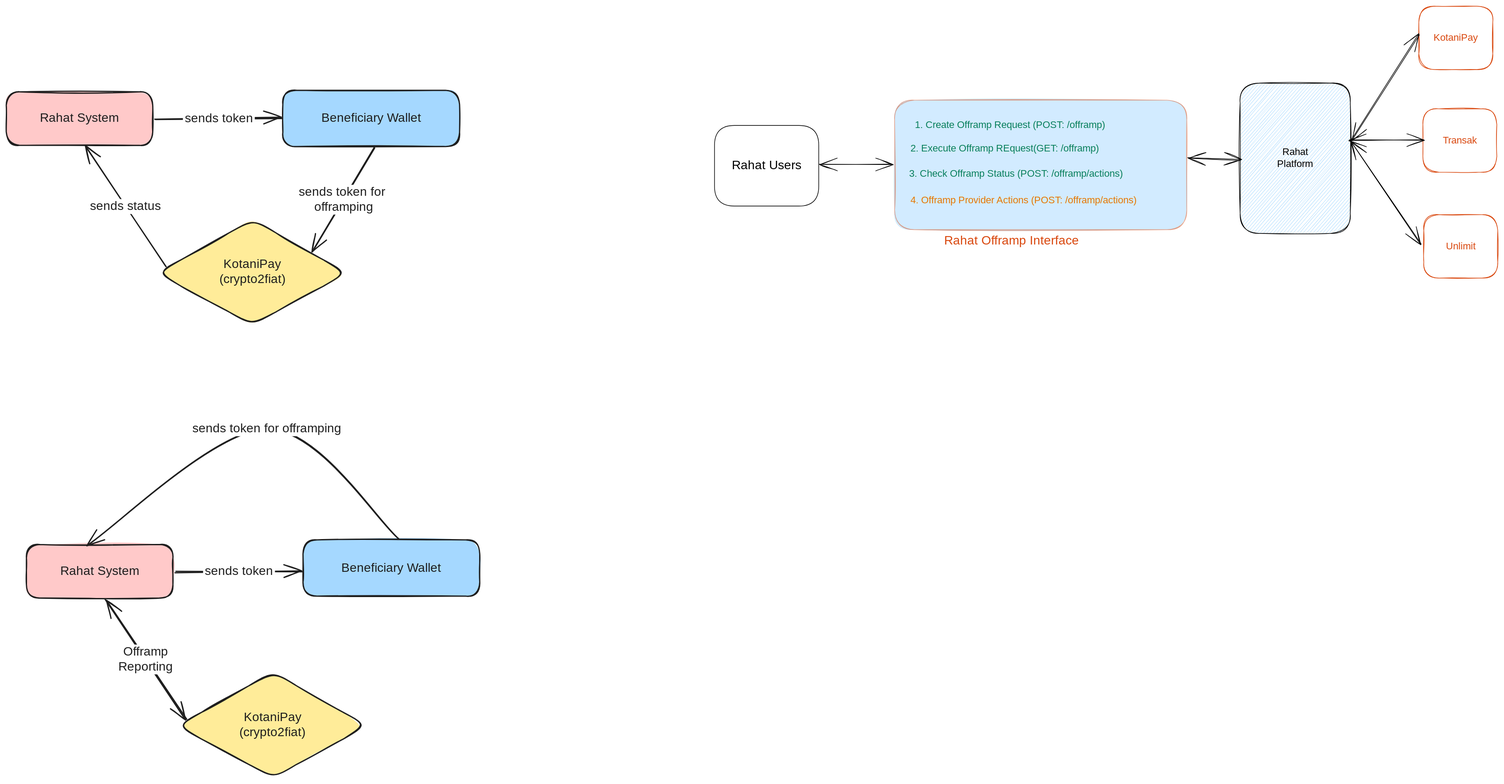
The Excalidraw diagram docs/diagrams/offramp-kotani.excalidraw.svg in rahataid/rahat-platform, before a commit. Source tidied: one line per element, renumbered; positions are measured from the earlier drawing's top-left corner, leaving out a move shared by most shapes.
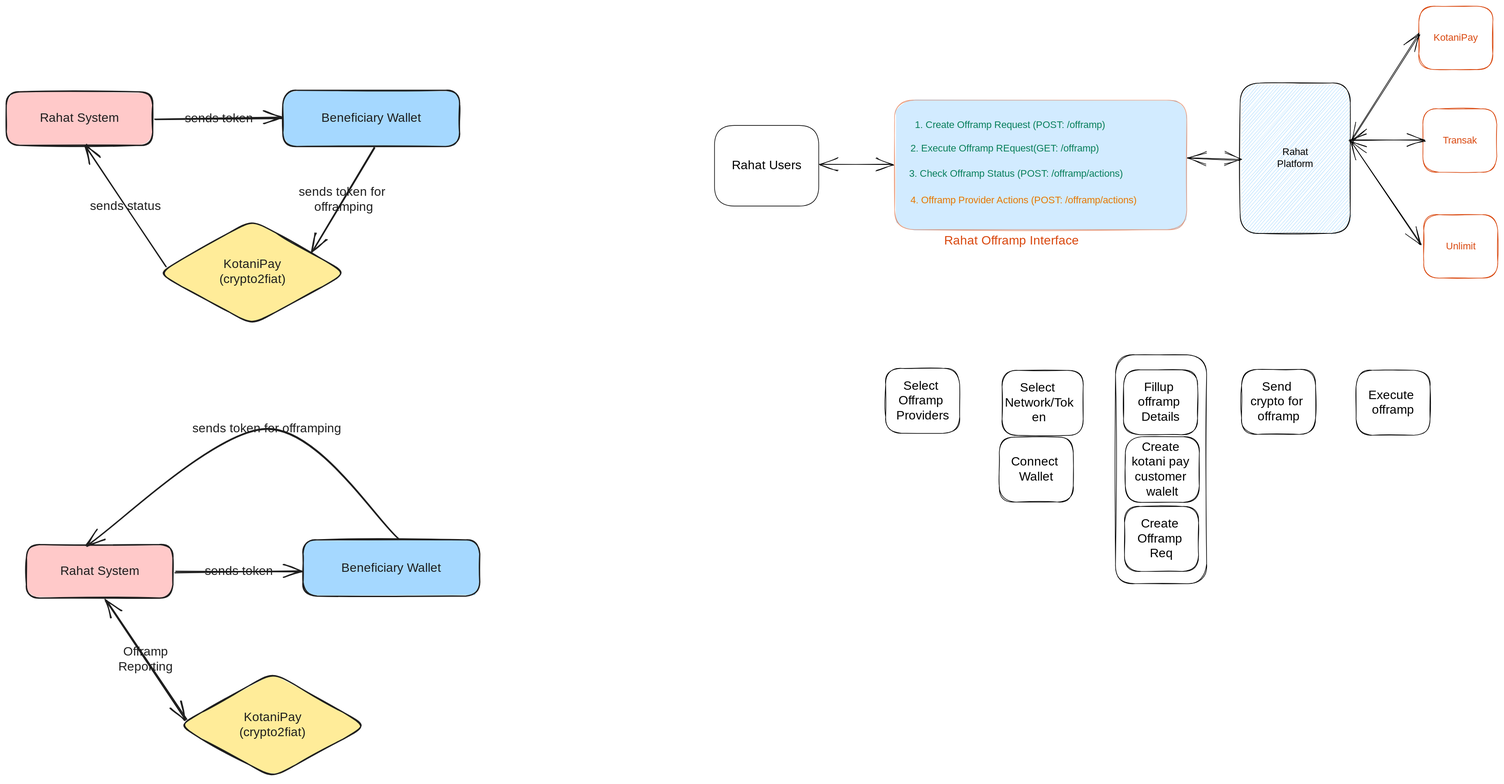
The same file after the commit.

Commit message:
offramp redesign

What changed in the source:
```diff
@@ -1,45 +1,62 @@
 {"id": 0, "type": "rectangle", "strokeColor": "#1e1e1e", "backgroundColor": "#ffc9c9", "fillStyle": "solid", "strokeWidth": 2, "roughness": 1, "round": true, "x": 0, "y": 138, "width": 236, "height": 86}
-{"id": 1, "type": "text", "text": "Rahat System", "strokeColor": "#1e1e1e", "strokeWidth": 2, "roughness": 1, "fontSize": 20, "fontFamily": 1, "textAlign": "center", "verticalAlign": "middle", "inside": 0, "x": 49, "y": 169, "width": 139, "height": 24}
+{"id": 1, "type": "text", "text": "Rahat System", "strokeColor": "#1e1e1e", "strokeWidth": 2, "roughness": 1, "fontSize": 20, "fontFamily": 1, "textAlign": "center", "verticalAlign": "middle", "inside": 0, "x": 56, "y": 169, "width": 124, "height": 24}
 {"id": 2, "type": "rectangle", "strokeColor": "#1e1e1e", "backgroundColor": "#a5d8ff", "fillStyle": "solid", "strokeWidth": 2, "roughness": 1, "round": true, "x": 446, "y": 136, "width": 285, "height": 91}
-{"id": 3, "type": "text", "text": "Beneficiary Wallet", "strokeColor": "#1e1e1e", "strokeWidth": 2, "roughness": 1, "fontSize": 20, "fontFamily": 1, "textAlign": "center", "verticalAlign": "middle", "inside": 2, "x": 500, "y": 168, "width": 177, "height": 24}
+{"id": 3, "type": "text", "text": "Beneficiary Wallet", "strokeColor": "#1e1e1e", "strokeWidth": 2, "roughness": 1, "fontSize": 20, "fontFamily": 1, "textAlign": "center", "verticalAlign": "middle", "inside": 2, "x": 505, "y": 168, "width": 165, "height": 24}
 {"id": 4, "type": "diamond", "strokeColor": "#1e1e1e", "backgroundColor": "#ffec99", "fillStyle": "solid", "strokeWidth": 2, "roughness": 1, "round": true, "x": 244, "y": 344, "width": 305, "height": 170}
-{"id": 5, "type": "text", "text": "KotaniPay\n(crypto2fiat)", "strokeColor": "#1e1e1e", "backgroundColor": "#ffec99", "fillStyle": "solid", "strokeWidth": 2, "roughness": 1, "fontSize": 20, "fontFamily": 1, "textAlign": "center", "verticalAlign": "middle", "inside": 4, "x": 332, "y": 404, "width": 128, "height": 48}
+{"id": 5, "type": "text", "text": "KotaniPay\n(crypto2fiat)", "strokeColor": "#1e1e1e", "backgroundColor": "#ffec99", "fillStyle": "solid", "strokeWidth": 2, "roughness": 1, "fontSize": 20, "fontFamily": 1, "textAlign": "center", "verticalAlign": "middle", "inside": 4, "x": 340, "y": 404, "width": 113, "height": 48}
 {"id": 6, "type": "arrow", "strokeColor": "#1e1e1e", "backgroundColor": "#ffec99", "fillStyle": "solid", "strokeWidth": 2, "roughness": 1, "endArrowhead": "arrow", "round": true, "from": 0, "to": 2, "x": 241, "y": 182, "width": 204, "height": 1, "points": [[0, 0], [204, -1]]}
-{"id": 7, "type": "text", "text": "sends token", "strokeColor": "#1e1e1e", "backgroundColor": "#ffec99", "fillStyle": "solid", "strokeWidth": 2, "roughness": 1, "fontSize": 20, "fontFamily": 1, "textAlign": "center", "verticalAlign": "middle", "inside": 6, "x": 285, "y": 169, "width": 116, "height": 24}
+{"id": 7, "type": "text", "text": "sends token", "strokeColor": "#1e1e1e", "backgroundColor": "#ffec99", "fillStyle": "solid", "strokeWidth": 2, "roughness": 1, "fontSize": 20, "fontFamily": 1, "textAlign": "center", "verticalAlign": "middle", "inside": 6, "x": 290, "y": 169, "width": 106, "height": 24}
 {"id": 8, "type": "arrow", "strokeColor": "#1e1e1e", "backgroundColor": "#ffec99", "fillStyle": "solid", "strokeWidth": 2, "roughness": 1, "endArrowhead": "arrow", "round": true, "from": 2, "to": 4, "x": 593, "y": 228, "width": 99, "height": 168, "points": [[0, 0], [-99, 168]]}
-{"id": 9, "type": "text", "text": "sends token for \nofframping", "strokeColor": "#1e1e1e", "backgroundColor": "#ffec99", "fillStyle": "solid", "strokeWidth": 2, "roughness": 1, "fontSize": 20, "fontFamily": 1, "textAlign": "center", "verticalAlign": "middle", "inside": 8, "x": 461, "y": 288, "width": 165, "height": 48}
+{"id": 9, "type": "text", "text": "sends token for \nofframping", "strokeColor": "#1e1e1e", "backgroundColor": "#ffec99", "fillStyle": "solid", "strokeWidth": 2, "roughness": 1, "fontSize": 20, "fontFamily": 1, "textAlign": "center", "verticalAlign": "middle", "inside": 8, "x": 470, "y": 288, "width": 147, "height": 48}
 {"id": 10, "type": "arrow", "strokeColor": "#1e1e1e", "backgroundColor": "#ffec99", "fillStyle": "solid", "strokeWidth": 2, "roughness": 1, "endArrowhead": "arrow", "round": true, "from": 4, "to": 0, "x": 257, "y": 420, "width": 129, "height": 194, "points": [[0, 0], [-129, -194]]}
-{"id": 11, "type": "text", "text": "sends status", "strokeColor": "#1e1e1e", "backgroundColor": "#ffec99", "fillStyle": "solid", "strokeWidth": 2, "roughness": 1, "fontSize": 20, "fontFamily": 1, "textAlign": "center", "verticalAlign": "middle", "inside": 10, "x": 126, "y": 311, "width": 132, "height": 24}
+{"id": 11, "type": "text", "text": "sends status", "strokeColor": "#1e1e1e", "backgroundColor": "#ffec99", "fillStyle": "solid", "strokeWidth": 2, "roughness": 1, "fontSize": 20, "fontFamily": 1, "textAlign": "center", "verticalAlign": "middle", "inside": 10, "x": 137, "y": 311, "width": 110, "height": 24}
 {"id": 12, "type": "rectangle", "strokeColor": "#1e1e1e", "backgroundColor": "#ffc9c9", "fillStyle": "solid", "strokeWidth": 2, "roughness": 1, "round": true, "x": 33, "y": 868, "width": 236, "height": 86}
-{"id": 13, "type": "text", "text": "Rahat System", "strokeColor": "#1e1e1e", "strokeWidth": 2, "roughness": 1, "fontSize": 20, "fontFamily": 1, "textAlign": "center", "verticalAlign": "middle", "inside": 12, "x": 81, "y": 899, "width": 139, "height": 24}
+{"id": 13, "type": "text", "text": "Rahat System", "strokeColor": "#1e1e1e", "strokeWidth": 2, "roughness": 1, "fontSize": 20, "fontFamily": 1, "textAlign": "center", "verticalAlign": "middle", "inside": 12, "x": 89, "y": 899, "width": 124, "height": 24}
 {"id": 14, "type": "rectangle", "strokeColor": "#1e1e1e", "backgroundColor": "#a5d8ff", "fillStyle": "solid", "strokeWidth": 2, "roughness": 1, "round": true, "x": 478, "y": 861, "width": 285, "height": 91}
-{"id": 15, "type": "text", "text": "Beneficiary Wallet", "strokeColor": "#1e1e1e", "strokeWidth": 2, "roughness": 1, "fontSize": 20, "fontFamily": 1, "textAlign": "center", "verticalAlign": "middle", "inside": 14, "x": 532, "y": 894, "width": 177, "height": 24}
+{"id": 15, "type": "text", "text": "Beneficiary Wallet", "strokeColor": "#1e1e1e", "strokeWidth": 2, "roughness": 1, "fontSize": 20, "fontFamily": 1, "textAlign": "center", "verticalAlign": "middle", "inside": 14, "x": 538, "y": 894, "width": 165, "height": 24}
 {"id": 16, "type": "diamond", "strokeColor": "#1e1e1e", "backgroundColor": "#ffec99", "fillStyle": "solid", "strokeWidth": 2, "roughness": 1, "round": true, "x": 276, "y": 1074, "width": 305, "height": 170}
-{"id": 17, "type": "text", "text": "KotaniPay\n(crypto2fiat)", "strokeColor": "#1e1e1e", "backgroundColor": "#ffec99", "fillStyle": "solid", "strokeWidth": 2, "roughness": 1, "fontSize": 20, "fontFamily": 1, "textAlign": "center", "verticalAlign": "middle", "inside": 16, "x": 365, "y": 1135, "width": 128, "height": 48}
+{"id": 17, "type": "text", "text": "KotaniPay\n(crypto2fiat)", "strokeColor": "#1e1e1e", "backgroundColor": "#ffec99", "fillStyle": "solid", "strokeWidth": 2, "roughness": 1, "fontSize": 20, "fontFamily": 1, "textAlign": "center", "verticalAlign": "middle", "inside": 16, "x": 373, "y": 1135, "width": 113, "height": 48}
 {"id": 18, "type": "arrow", "strokeColor": "#1e1e1e", "backgroundColor": "#ffec99", "fillStyle": "solid", "strokeWidth": 2, "roughness": 1, "endArrowhead": "arrow", "round": true, "from": 12, "to": 14, "x": 273, "y": 912, "width": 204, "height": 1, "points": [[0, 0], [204, -1]]}
-{"id": 19, "type": "text", "text": "sends token", "strokeColor": "#1e1e1e", "backgroundColor": "#ffec99", "fillStyle": "solid", "strokeWidth": 2, "roughness": 1, "fontSize": 20, "fontFamily": 1, "textAlign": "center", "verticalAlign": "middle", "inside": 18, "x": 317, "y": 900, "width": 116, "height": 24}
+{"id": 19, "type": "text", "text": "sends token", "strokeColor": "#1e1e1e", "backgroundColor": "#ffec99", "fillStyle": "solid", "strokeWidth": 2, "roughness": 1, "fontSize": 20, "fontFamily": 1, "textAlign": "center", "verticalAlign": "middle", "inside": 18, "x": 322, "y": 900, "width": 106, "height": 24}
 {"id": 20, "type": "arrow", "strokeColor": "#1e1e1e", "backgroundColor": "#ffec99", "fillStyle": "solid", "strokeWidth": 2, "roughness": 1, "startArrowhead": "arrow", "endArrowhead": "arrow", "round": true, "from": 16, "to": 12, "x": 289, "y": 1151, "width": 129, "height": 194, "points": [[0, 0], [-129, -194]]}
 {"id": 21, "type": "text", "text": "Offramp\nReporting", "strokeColor": "#1e1e1e", "backgroundColor": "#ffec99", "fillStyle": "solid", "strokeWidth": 2, "roughness": 1, "fontSize": 20, "fontFamily": 1, "textAlign": "center", "verticalAlign": "middle", "inside": 20, "x": 180, "y": 1030, "width": 89, "height": 48}
 {"id": 22, "type": "arrow", "strokeColor": "#1e1e1e", "backgroundColor": "#ffec99", "fillStyle": "solid", "strokeWidth": 2, "roughness": 1, "endArrowhead": "arrow", "round": true, "from": 14, "x": 632, "y": 859, "width": 501, "height": 188, "points": [[0, 0], [-212, -177], [-501, 11]]}
-{"id": 23, "type": "text", "text": "sends token for offramping", "strokeColor": "#1e1e1e", "backgroundColor": "#ffec99", "fillStyle": "solid", "strokeWidth": 2, "roughness": 1, "fontSize": 20, "fontFamily": 1, "textAlign": "center", "verticalAlign": "middle", "inside": 22, "x": 288, "y": 670, "width": 264, "height": 24}
+{"id": 23, "type": "text", "text": "sends token for offramping", "strokeColor": "#1e1e1e", "backgroundColor": "#ffec99", "fillStyle": "solid", "strokeWidth": 2, "roughness": 1, "fontSize": 20, "fontFamily": 1, "textAlign": "center", "verticalAlign": "middle", "inside": 22, "x": 296, "y": 670, "width": 248, "height": 24}
 {"id": 24, "type": "rectangle", "strokeColor": "#000000", "strokeWidth": 1, "roughness": 0, "round": true, "x": 1141, "y": 192, "width": 168, "height": 130}
-{"id": 25, "type": "text", "text": "Rahat Users", "strokeColor": "#000000", "strokeWidth": 1, "roughness": 1, "fontSize": 20, "fontFamily": 1, "textAlign": "center", "verticalAlign": "middle", "inside": 24, "x": 1162, "y": 245, "width": 127, "height": 24}
+{"id": 25, "type": "text", "text": "Rahat Users", "strokeColor": "#000000", "strokeWidth": 1, "roughness": 1, "fontSize": 20, "fontFamily": 1, "textAlign": "center", "verticalAlign": "middle", "inside": 24, "x": 1170, "y": 245, "width": 110, "height": 24}
 {"id": 26, "type": "rectangle", "strokeColor": "#d9480f", "backgroundColor": "#a5d8ff", "fillStyle": "solid", "strokeWidth": 1, "roughness": 1, "opacity": 50, "round": true, "x": 1432, "y": 152, "width": 471, "height": 209}
-{"id": 27, "type": "text", "text": "Rahat Offramp Interface", "strokeColor": "#d9480f", "strokeWidth": 1, "roughness": 1, "fontSize": 20, "fontFamily": 1, "x": 1512, "y": 367, "width": 255, "height": 24}
+{"id": 27, "type": "text", "text": "Rahat Offramp Interface", "strokeColor": "#d9480f", "strokeWidth": 1, "roughness": 1, "fontSize": 20, "fontFamily": 1, "x": 1512, "y": 367, "width": 230, "height": 24}
-{"id": 28, "type": "text", "text": "1. Create Offramp Request (POST: /offramp)", "strokeColor": "#087f5b", "strokeWidth": 1, "roughness": 1, "fontSize": 16, "fontFamily": 1, "x": 1464, "y": 182, "width": 358, "height": 19}
+{"id": 28, "type": "text", "text": "1. Create Offramp Request (POST: /offramp)", "strokeColor": "#087f5b", "strokeWidth": 1, "roughness": 1, "fontSize": 16, "fontFamily": 1, "x": 1464, "y": 182, "width": 336, "height": 19}
-{"id": 29, "type": "text", "text": "2. Execute Offramp REquest(GET: /offramp)", "strokeColor": "#087f5b", "strokeWidth": 1, "roughness": 1, "fontSize": 16, "fontFamily": 1, "x": 1457, "y": 220, "width": 360, "height": 19}
+{"id": 29, "type": "text", "text": "2. Execute Offramp REquest(GET: /offramp)", "strokeColor": "#087f5b", "strokeWidth": 1, "roughness": 1, "fontSize": 16, "fontFamily": 1, "x": 1457, "y": 220, "width": 328, "height": 19}
-{"id": 30, "type": "text", "text": "3. Check Offramp Status (POST: /offramp/actions)", "strokeColor": "#087f5b", "strokeWidth": 1, "roughness": 1, "fontSize": 16, "fontFamily": 1, "x": 1455, "y": 261, "width": 410, "height": 19}
+{"id": 30, "type": "text", "text": "3. Check Offramp Status (POST: /offramp/actions)", "strokeColor": "#087f5b", "strokeWidth": 1, "roughness": 1, "fontSize": 16, "fontFamily": 1, "x": 1455, "y": 261, "width": 374, "height": 19}
-{"id": 31, "type": "text", "text": "4. Offramp Provider Actions (POST: /offramp/actions)", "strokeColor": "#e67700", "strokeWidth": 1, "roughness": 1, "fontSize": 16, "fontFamily": 1, "x": 1457, "y": 303, "width": 429, "height": 19}
+{"id": 31, "type": "text", "text": "4. Offramp Provider Actions (POST: /offramp/actions)", "strokeColor": "#e67700", "strokeWidth": 1, "roughness": 1, "fontSize": 16, "fontFamily": 1, "x": 1457, "y": 303, "width": 398, "height": 19}
 {"id": 32, "type": "arrow", "strokeColor": "#000000", "strokeWidth": 1, "roughness": 1, "startArrowhead": "arrow", "endArrowhead": "arrow", "round": true, "from": 24, "to": 26, "x": 1310, "y": 255, "width": 117, "height": 1, "points": [[0, 0], [117, 1]]}
 {"id": 33, "type": "rectangle", "strokeColor": "#000000", "backgroundColor": "#a5d8ff", "fillStyle": "hachure", "strokeWidth": 1, "roughness": 1, "round": true, "x": 1989, "y": 124, "width": 178, "height": 243}
-{"id": 34, "type": "text", "text": "Rahat\nPlatform", "strokeColor": "#000000", "strokeWidth": 1, "roughness": 1, "fontSize": 16, "fontFamily": 1, "textAlign": "center", "verticalAlign": "middle", "inside": 33, "x": 2043, "y": 226, "width": 68, "height": 38}
+{"id": 34, "type": "text", "text": "Rahat\nPlatform", "strokeColor": "#000000", "strokeWidth": 1, "roughness": 1, "fontSize": 16, "fontFamily": 1, "textAlign": "center", "verticalAlign": "middle", "inside": 33, "x": 2046, "y": 226, "width": 64, "height": 38}
 {"id": 35, "type": "rectangle", "strokeColor": "#d9480f", "strokeWidth": 1, "roughness": 1, "round": true, "x": 2277, "y": 0, "width": 119, "height": 102}
-{"id": 36, "type": "text", "text": "KotaniPay", "strokeColor": "#d9480f", "strokeWidth": 1, "roughness": 1, "fontSize": 16, "fontFamily": 1, "textAlign": "center", "verticalAlign": "middle", "inside": 35, "x": 2297, "y": 41, "width": 78, "height": 19}
+{"id": 36, "type": "text", "text": "KotaniPay", "strokeColor": "#d9480f", "strokeWidth": 1, "roughness": 1, "fontSize": 16, "fontFamily": 1, "textAlign": "center", "verticalAlign": "middle", "inside": 35, "x": 2300, "y": 41, "width": 72, "height": 19}
 {"id": 37, "type": "rectangle", "strokeColor": "#d9480f", "strokeWidth": 1, "roughness": 1, "round": true, "x": 2283, "y": 165, "width": 119, "height": 102}
-{"id": 38, "type": "text", "text": "Transak", "strokeColor": "#d9480f", "strokeWidth": 1, "roughness": 1, "fontSize": 16, "fontFamily": 1, "textAlign": "center", "verticalAlign": "middle", "inside": 37, "x": 2310, "y": 207, "width": 65, "height": 19}
+{"id": 38, "type": "text", "text": "Transak", "strokeColor": "#d9480f", "strokeWidth": 1, "roughness": 1, "fontSize": 16, "fontFamily": 1, "textAlign": "center", "verticalAlign": "middle", "inside": 37, "x": 2313, "y": 207, "width": 59, "height": 19}
 {"id": 39, "type": "rectangle", "strokeColor": "#d9480f", "strokeWidth": 1, "roughness": 1, "round": true, "x": 2285, "y": 336, "width": 119, "height": 102}
-{"id": 40, "type": "text", "text": "Unlimit", "strokeColor": "#d9480f", "strokeWidth": 1, "roughness": 1, "fontSize": 16, "fontFamily": 1, "textAlign": "center", "verticalAlign": "middle", "inside": 39, "x": 2320, "y": 378, "width": 49, "height": 19}
+{"id": 40, "type": "text", "text": "Unlimit", "strokeColor": "#d9480f", "strokeWidth": 1, "roughness": 1, "fontSize": 16, "fontFamily": 1, "textAlign": "center", "verticalAlign": "middle", "inside": 39, "x": 2319, "y": 378, "width": 50, "height": 19}
 {"id": 41, "type": "arrow", "strokeColor": "#000000", "strokeWidth": 1, "roughness": 1, "startArrowhead": "arrow", "endArrowhead": "arrow", "round": true, "x": 2285, "y": 216, "width": 120, "height": 1, "points": [[0, 0], [-120, -1]]}
 {"id": 42, "type": "arrow", "strokeColor": "#000000", "strokeWidth": 1, "roughness": 1, "startArrowhead": "arrow", "endArrowhead": "arrow", "round": true, "from": 33, "x": 2167, "y": 217, "width": 110, "height": 171, "points": [[0, 0], [110, -171]]}
 {"id": 43, "type": "arrow", "strokeColor": "#000000", "strokeWidth": 1, "roughness": 1, "startArrowhead": "arrow", "endArrowhead": "arrow", "round": true, "from": 33, "to": 39, "x": 2167, "y": 219, "width": 113, "height": 166, "points": [[0, 0], [113, 166]]}
 {"id": 44, "type": "arrow", "strokeColor": "#000000", "backgroundColor": "#a5d8ff", "fillStyle": "hachure", "strokeWidth": 1, "roughness": 1, "startArrowhead": "arrow", "endArrowhead": "arrow", "round": true, "from": 26, "x": 1905, "y": 245, "width": 85, "height": 3, "points": [[0, 0], [85, 3]]}
+{"id": 45, "type": "rectangle", "strokeColor": "#000000", "strokeWidth": 1, "roughness": 1, "round": true, "x": 1417, "y": 584, "width": 119, "height": 105}
+{"id": 46, "type": "text", "text": "Select \nOfframp \nProviders", "strokeColor": "#000000", "strokeWidth": 1, "roughness": 1, "fontSize": 20, "fontFamily": 1, "textAlign": "center", "verticalAlign": "middle", "inside": 45, "x": 1434, "y": 600, "width": 86, "height": 72}
+{"id": 47, "type": "rectangle", "strokeColor": "#000000", "strokeWidth": 1, "roughness": 1, "round": true, "x": 1605, "y": 587, "width": 131, "height": 105}
+{"id": 48, "type": "text", "text": "Select \nNetwork/Tok\nen", "strokeColor": "#000000", "strokeWidth": 1, "roughness": 1, "fontSize": 20, "fontFamily": 1, "textAlign": "center", "verticalAlign": "middle", "inside": 47, "x": 1604, "y": 604, "width": 121, "height": 72}
+{"id": 49, "type": "rectangle", "strokeColor": "#000000", "strokeWidth": 1, "roughness": 1, "round": true, "x": 1600, "y": 695, "width": 119, "height": 105}
+{"id": 50, "type": "text", "text": "Connect \nWallet", "strokeColor": "#000000", "strokeWidth": 1, "roughness": 1, "fontSize": 20, "fontFamily": 1, "textAlign": "center", "verticalAlign": "middle", "inside": 49, "x": 1619, "y": 723, "width": 82, "height": 48}
+{"id": 51, "type": "rectangle", "strokeColor": "#000000", "strokeWidth": 1, "roughness": 1, "round": true, "x": 1801, "y": 586, "width": 119, "height": 105}
+{"id": 52, "type": "text", "text": "Fillup \nofframp \nDetails", "strokeColor": "#000000", "strokeWidth": 1, "roughness": 1, "fontSize": 20, "fontFamily": 1, "textAlign": "center", "verticalAlign": "middle", "inside": 51, "x": 1820, "y": 603, "width": 81, "height": 72}
+{"id": 53, "type": "rectangle", "strokeColor": "#000000", "strokeWidth": 1, "roughness": 1, "round": true, "x": 1802, "y": 807, "width": 119, "height": 105}
+{"id": 54, "type": "text", "text": "Create \nOfframp \nReq", "strokeColor": "#000000", "strokeWidth": 1, "roughness": 1, "fontSize": 20, "fontFamily": 1, "textAlign": "center", "verticalAlign": "middle", "inside": 53, "x": 1819, "y": 823, "width": 85, "height": 72}
+{"id": 55, "type": "rectangle", "strokeColor": "#000000", "strokeWidth": 1, "roughness": 1, "round": true, "x": 1804, "y": 694, "width": 119, "height": 106}
+{"id": 56, "type": "text", "text": "Create \nkotani pay \ncustomer \nwalelt", "strokeColor": "#000000", "strokeWidth": 1, "roughness": 1, "fontSize": 20, "fontFamily": 1, "textAlign": "center", "verticalAlign": "middle", "inside": 55, "x": 1813, "y": 699, "width": 100, "height": 96}
+{"id": 57, "type": "rectangle", "strokeColor": "#000000", "strokeWidth": 1, "roughness": 1, "round": true, "x": 1788, "y": 562, "width": 147, "height": 369}
+{"id": 58, "type": "rectangle", "strokeColor": "#000000", "strokeWidth": 1, "roughness": 1, "round": true, "x": 1991, "y": 586, "width": 119, "height": 105}
+{"id": 59, "type": "text", "text": "Send \ncrypto for \nofframp", "strokeColor": "#000000", "strokeWidth": 1, "roughness": 1, "fontSize": 20, "fontFamily": 1, "textAlign": "center", "verticalAlign": "middle", "inside": 58, "x": 2001, "y": 602, "width": 100, "height": 72}
+{"id": 60, "type": "rectangle", "strokeColor": "#000000", "strokeWidth": 1, "roughness": 1, "round": true, "x": 2175, "y": 587, "width": 119, "height": 105}
+{"id": 61, "type": "text", "text": "Execute \nofframp", "strokeColor": "#000000", "strokeWidth": 1, "roughness": 1, "fontSize": 20, "fontFamily": 1, "textAlign": "center", "verticalAlign": "middle", "inside": 60, "x": 2196, "y": 616, "width": 79, "height": 48}
```
